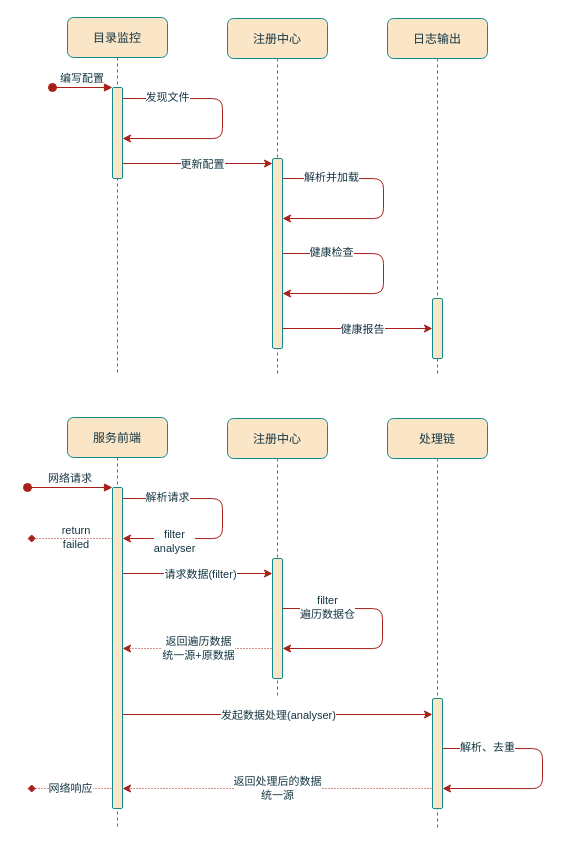
Above: 统一数据源-业务序列图.drawio in SevDaisy/draw-io-lib (draw.io), before the change. Source tidied: cells renumbered, new cells numbered last; positions are measured from the earlier drawing's top-left corner, leaving out a move shared by most shapes. Both pictures are drawn from the tidied source at 100%, with x=0, y=0 at pixel (27, 17).
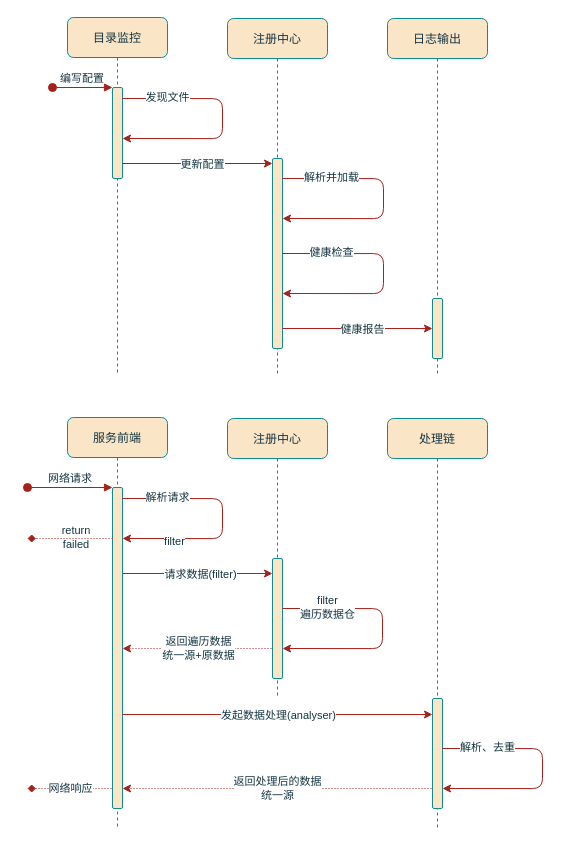
After the change.

Commit message:
更新统一数据源-业务序列图.drawio

Unchanged cells that the change refers to:
```xml
<mxCell id="26" style="endArrow=classic;html=1;rounded=1;shadow=0;labelBackgroundColor=none;strokeColor=#A8201A;strokeWidth=1;fontFamily=Helvetica;fontSize=11;fontColor=#143642;endSize=6;shape=connector;exitX=0.995;exitY=0.052;exitDx=0;exitDy=0;exitPerimeter=0;" parent="1" edge="1">
  <mxGeometry relative="1" as="geometry">
    <mxPoint x="95" y="481" as="sourcePoint" />
    <mxPoint x="95" y="521" as="targetPoint" />
    <Array as="points">
      <mxPoint x="195" y="481.1" />
      <mxPoint x="195" y="521.1" />
    </Array>
  </mxGeometry>
</mxCell>
```

The edit, as a diff of the source:
```diff
@@
-    <mxCell id="28" value="&lt;font style=&quot;font-size: 11px;&quot;&gt;filter&lt;br&gt;analyser&lt;br&gt;&lt;/font&gt;" style="edgeLabel;html=1;align=center;verticalAlign=middle;fontSize=11;fontFamily=Helvetica;fontColor=#143642;" parent="26" vertex="1">
+    <mxCell id="28" value="&lt;font style=&quot;font-size: 11px;&quot;&gt;filter&lt;br&gt;&lt;/font&gt;" style="edgeLabel;html=1;align=center;verticalAlign=middle;fontSize=11;fontFamily=Helvetica;fontColor=#143642;" parent="26" vertex="1">
       <mxGeometry x="0.78" y="2" relative="1" as="geometry">
         <mxPoint x="26" as="offset" />
       </mxGeometry>
     </mxCell>
```
